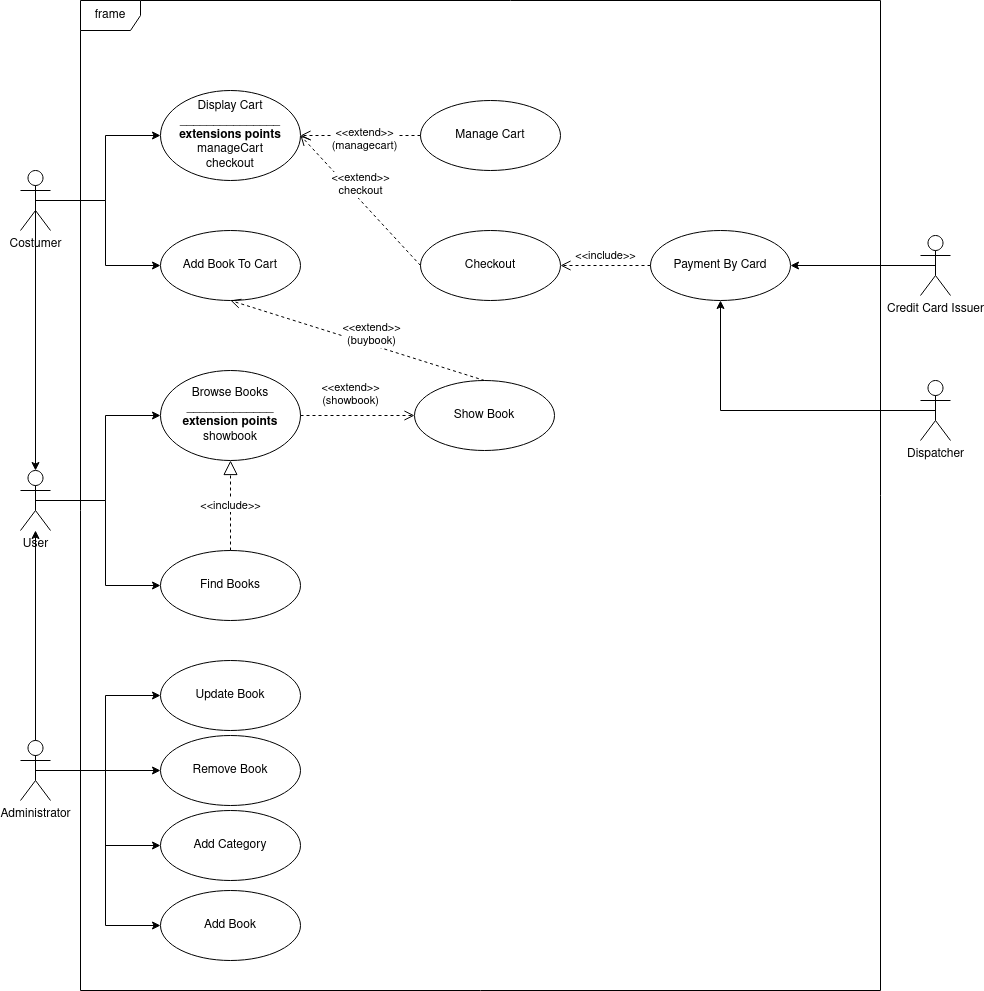
Above: models/usecase_book.png in umb-hub/BookStore (draw.io), before the change. Source tidied: cells renumbered, new cells last; positions are measured from the earlier drawing's top-left corner, leaving out a move shared by most shapes.
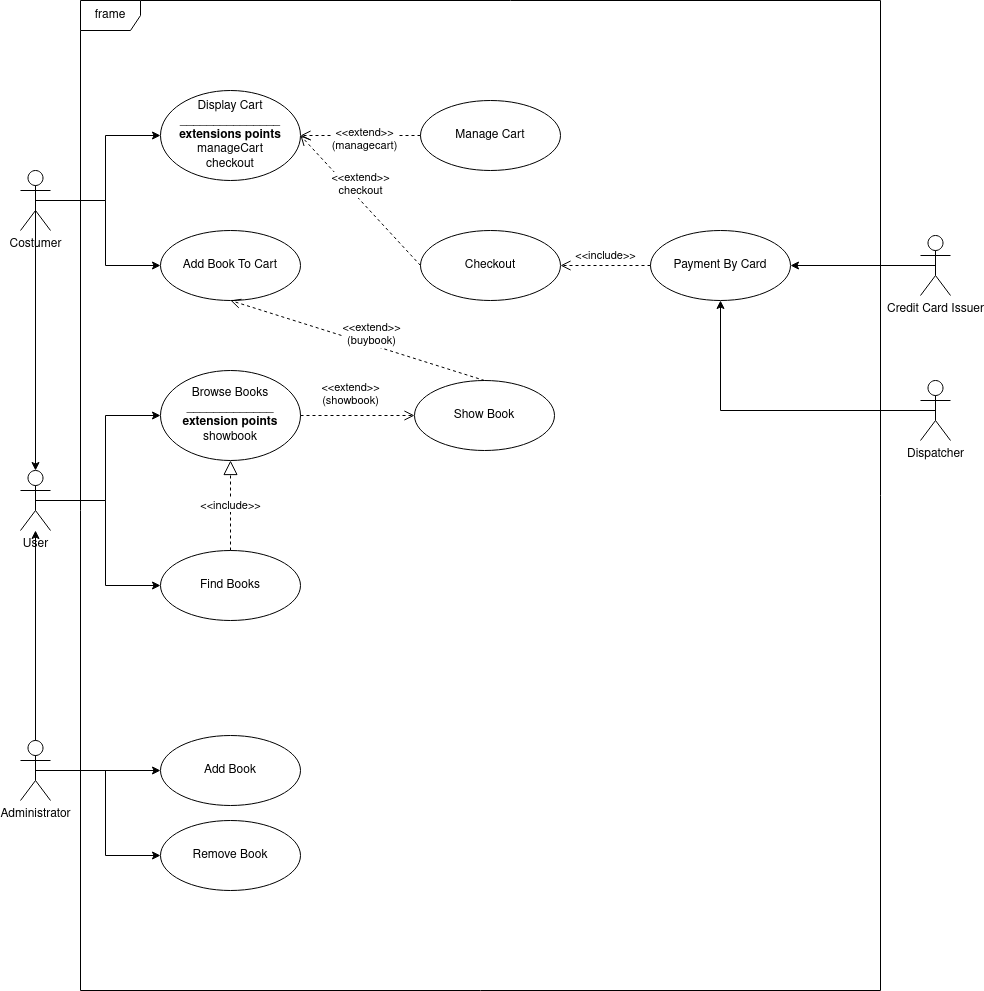
After the change.

What changed in the source:
```diff
@@ -26,27 +26,18 @@
     <mxCell id="9" style="edgeStyle=orthogonalEdgeStyle;rounded=0;jettySize=auto;html=1;exitX=0.5;exitY=0.5;exitDx=0;exitDy=0;exitPerimeter=0;entryX=0;entryY=0.5;entryDx=0;entryDy=0;" parent="1" edge="1" source="14" target="15">
       <mxGeometry relative="1" as="geometry" />
     </mxCell>
-    <mxCell id="10" style="edgeStyle=orthogonalEdgeStyle;rounded=0;jettySize=auto;html=1;exitX=0.5;exitY=0.5;exitDx=0;exitDy=0;exitPerimeter=0;entryX=0;entryY=0.5;entryDx=0;entryDy=0;" parent="1" edge="1" source="14" target="16">
-      <mxGeometry relative="1" as="geometry" />
-    </mxCell>
     <mxCell id="11" style="edgeStyle=orthogonalEdgeStyle;rounded=0;jettySize=auto;html=1;exitX=0.5;exitY=0.5;exitDx=0;exitDy=0;exitPerimeter=0;" parent="1" edge="1" source="14" target="5">
       <mxGeometry relative="1" as="geometry" />
     </mxCell>
     <mxCell id="12" style="edgeStyle=orthogonalEdgeStyle;rounded=0;jettySize=auto;html=1;exitX=0.5;exitY=0.5;exitDx=0;exitDy=0;exitPerimeter=0;entryX=0;entryY=0.5;entryDx=0;entryDy=0;" parent="1" edge="1" source="14" target="33">
       <mxGeometry relative="1" as="geometry" />
     </mxCell>
-    <mxCell id="13" style="edgeStyle=orthogonalEdgeStyle;rounded=0;jettySize=auto;html=1;exitX=0.5;exitY=0.5;exitDx=0;exitDy=0;exitPerimeter=0;entryX=0;entryY=0.5;entryDx=0;entryDy=0;" parent="1" edge="1" source="14" target="34">
-      <mxGeometry relative="1" as="geometry" />
-    </mxCell>
     <mxCell id="14" value="Administrator" style="shape=umlActor;verticalLabelPosition=bottom;verticalAlign=top;html=1;" parent="1" vertex="1">
       <mxGeometry y="740" width="30" height="60" as="geometry" />
     </mxCell>
     <mxCell id="15" value="Add Book" style="ellipse;whiteSpace=wrap;html=1;" parent="1" vertex="1">
-      <mxGeometry x="140" y="890" width="140" height="70" as="geometry" />
+      <mxGeometry x="140" y="735" width="140" height="70" as="geometry" />
     </mxCell>
-    <mxCell id="16" value="Add Category" style="ellipse;whiteSpace=wrap;html=1;" parent="1" vertex="1">
-      <mxGeometry x="140" y="810" width="140" height="70" as="geometry" />
-    </mxCell>
     <mxCell id="17" style="edgeStyle=orthogonalEdgeStyle;rounded=0;jettySize=auto;html=1;exitX=0.5;exitY=0.5;exitDx=0;exitDy=0;exitPerimeter=0;entryX=0;entryY=0.5;entryDx=0;entryDy=0;" parent="1" edge="1" source="20" target="21">
       <mxGeometry relative="1" as="geometry" />
     </mxCell>
@@ -98,11 +89,8 @@
       <mxGeometry x="-0.12" y="5" relative="1" as="geometry" />
     </mxCell>
     <mxCell id="33" value="Remove Book" style="ellipse;whiteSpace=wrap;html=1;" parent="1" vertex="1">
-      <mxGeometry x="140" y="735" width="140" height="70" as="geometry" />
+      <mxGeometry x="140" y="820" width="140" height="70" as="geometry" />
     </mxCell>
-    <mxCell id="34" value="Update Book" style="ellipse;whiteSpace=wrap;html=1;" parent="1" vertex="1">
-      <mxGeometry x="140" y="660" width="140" height="70" as="geometry" />
-    </mxCell>
     <mxCell id="35" style="edgeStyle=orthogonalEdgeStyle;rounded=0;jettySize=auto;html=1;exitX=0.5;exitY=0.5;exitDx=0;exitDy=0;exitPerimeter=0;entryX=0.5;entryY=1;entryDx=0;entryDy=0;" parent="1" edge="1" source="36" target="27">
       <mxGeometry relative="1" as="geometry" />
     </mxCell>
```
